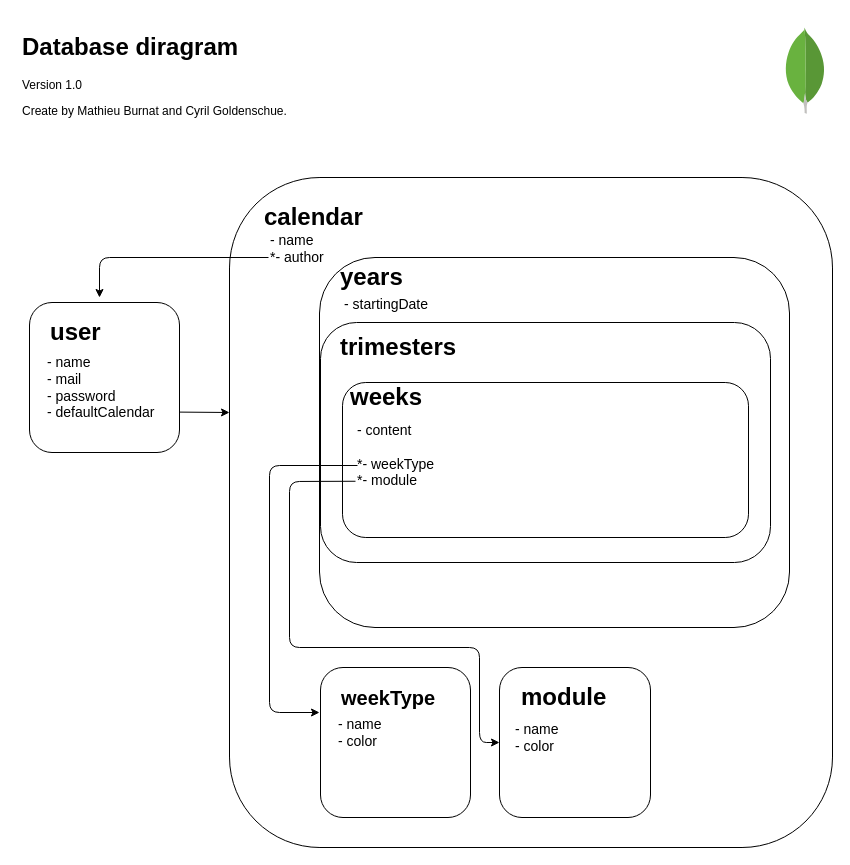
Before: documentation/database/Diagram.drawio in MathieuBurnat/tech_calendar, a draw.io diagram. Source tidied: cells renumbered, new cells numbered last; positions are measured from the earlier drawing's top-left corner, leaving out a move shared by most shapes. Both pictures are drawn from the tidied source at 100%, with x=0, y=0 at pixel (17, 27).
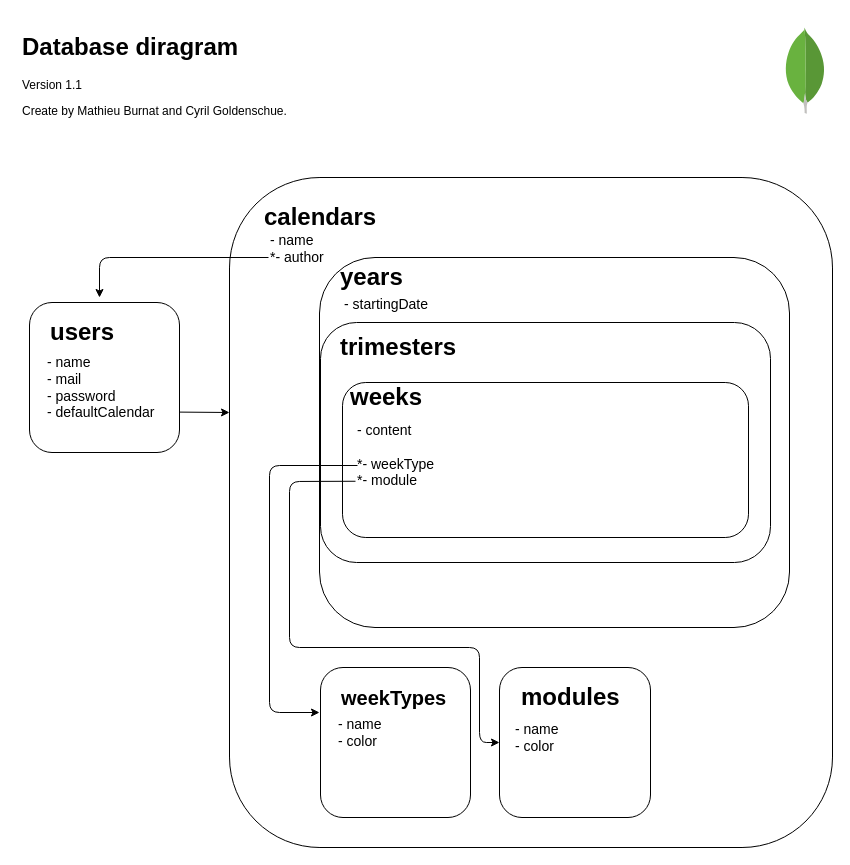
After the change.

Diff of the diagram source:
```diff
@@
-    <mxCell id="4" value="&lt;h1&gt;&lt;span&gt;calendar&lt;/span&gt;&lt;/h1&gt;" style="text;html=1;strokeColor=none;fillColor=none;spacing=5;spacingTop=-20;whiteSpace=wrap;overflow=hidden;rounded=0;" parent="1" vertex="1">
+    <mxCell id="4" value="&lt;h1&gt;&lt;span&gt;calendars&lt;/span&gt;&lt;/h1&gt;" style="text;html=1;strokeColor=none;fillColor=none;spacing=5;spacingTop=-20;whiteSpace=wrap;overflow=hidden;rounded=0;" parent="1" vertex="1">
       <mxGeometry x="242" y="170" width="200" height="40" as="geometry" />
     </mxCell>
@@
-    <mxCell id="8" value="&lt;h1&gt;user&lt;/h1&gt;" style="text;html=1;strokeColor=none;fillColor=none;spacing=5;spacingTop=-20;whiteSpace=wrap;overflow=hidden;rounded=0;" parent="1" vertex="1">
+    <mxCell id="8" value="&lt;h1&gt;users&lt;/h1&gt;" style="text;html=1;strokeColor=none;fillColor=none;spacing=5;spacingTop=-20;whiteSpace=wrap;overflow=hidden;rounded=0;" parent="1" vertex="1">
       <mxGeometry x="28" y="285" width="94" height="40" as="geometry" />
     </mxCell>
@@
-    <mxCell id="20" value="&lt;h1&gt;&lt;font style=&quot;font-size: 20px&quot;&gt;weekType&lt;/font&gt;&lt;/h1&gt;" style="text;html=1;strokeColor=none;fillColor=none;spacing=5;spacingTop=-20;whiteSpace=wrap;overflow=hidden;rounded=0;" parent="1" vertex="1">
+    <mxCell id="20" value="&lt;h1&gt;&lt;font style=&quot;font-size: 20px&quot;&gt;weekTypes&lt;/font&gt;&lt;/h1&gt;" style="text;html=1;strokeColor=none;fillColor=none;spacing=5;spacingTop=-20;whiteSpace=wrap;overflow=hidden;rounded=0;" parent="1" vertex="1">
       <mxGeometry x="319" y="650" width="134" height="40" as="geometry" />
     </mxCell>
@@
-    <mxCell id="23" value="&lt;h1&gt;module&lt;/h1&gt;" style="text;html=1;strokeColor=none;fillColor=none;spacing=5;spacingTop=-20;whiteSpace=wrap;overflow=hidden;rounded=0;" parent="1" vertex="1">
+    <mxCell id="23" value="&lt;h1&gt;modules&lt;/h1&gt;" style="text;html=1;strokeColor=none;fillColor=none;spacing=5;spacingTop=-20;whiteSpace=wrap;overflow=hidden;rounded=0;" parent="1" vertex="1">
       <mxGeometry x="499" y="650" width="134" height="40" as="geometry" />
     </mxCell>
@@
-    <mxCell id="27" value="&lt;h1&gt;Database diragram&lt;/h1&gt;&lt;p&gt;Version 1.0&amp;nbsp;&lt;/p&gt;&lt;p&gt;Create by Mathieu Burnat and Cyril Goldenschue.&lt;/p&gt;" style="text;html=1;strokeColor=none;fillColor=none;spacing=5;spacingTop=-20;whiteSpace=wrap;overflow=hidden;rounded=0;" parent="1" vertex="1">
+    <mxCell id="27" value="&lt;h1&gt;Database diragram&lt;/h1&gt;&lt;p&gt;Version 1.1&amp;nbsp;&lt;/p&gt;&lt;p&gt;Create by Mathieu Burnat and Cyril Goldenschue.&lt;/p&gt;" style="text;html=1;strokeColor=none;fillColor=none;spacing=5;spacingTop=-20;whiteSpace=wrap;overflow=hidden;rounded=0;" parent="1" vertex="1">
       <mxGeometry width="370" height="120" as="geometry" />
     </mxCell>
```
